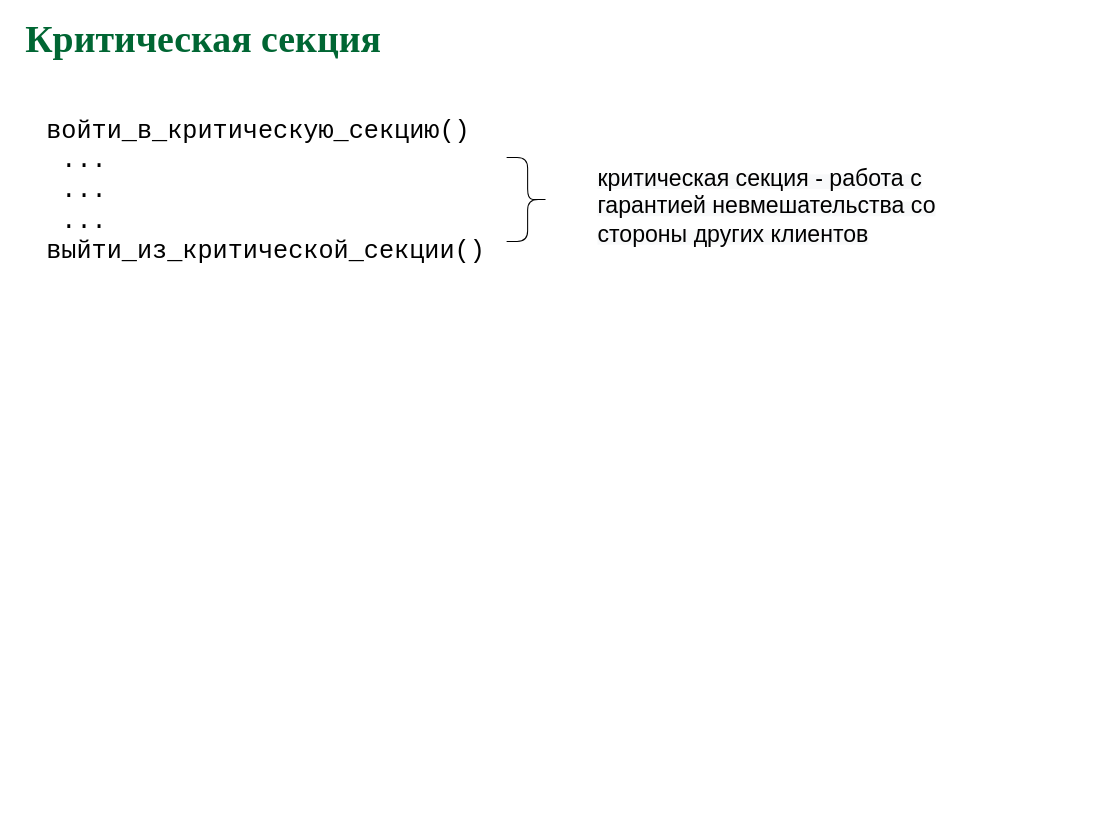
This is page "CritSec" (1 of 19) of slides/sync.drawio from 77maxikov/os_course, a draw.io file, before an edit. Source tidied: cells renumbered, new cells numbered last; positions are measured from the earlier drawing's top-left corner, leaving out a move shared by most shapes. Both pictures are drawn from the tidied source at 105%, with x=0, y=0 at pixel (23, 29).
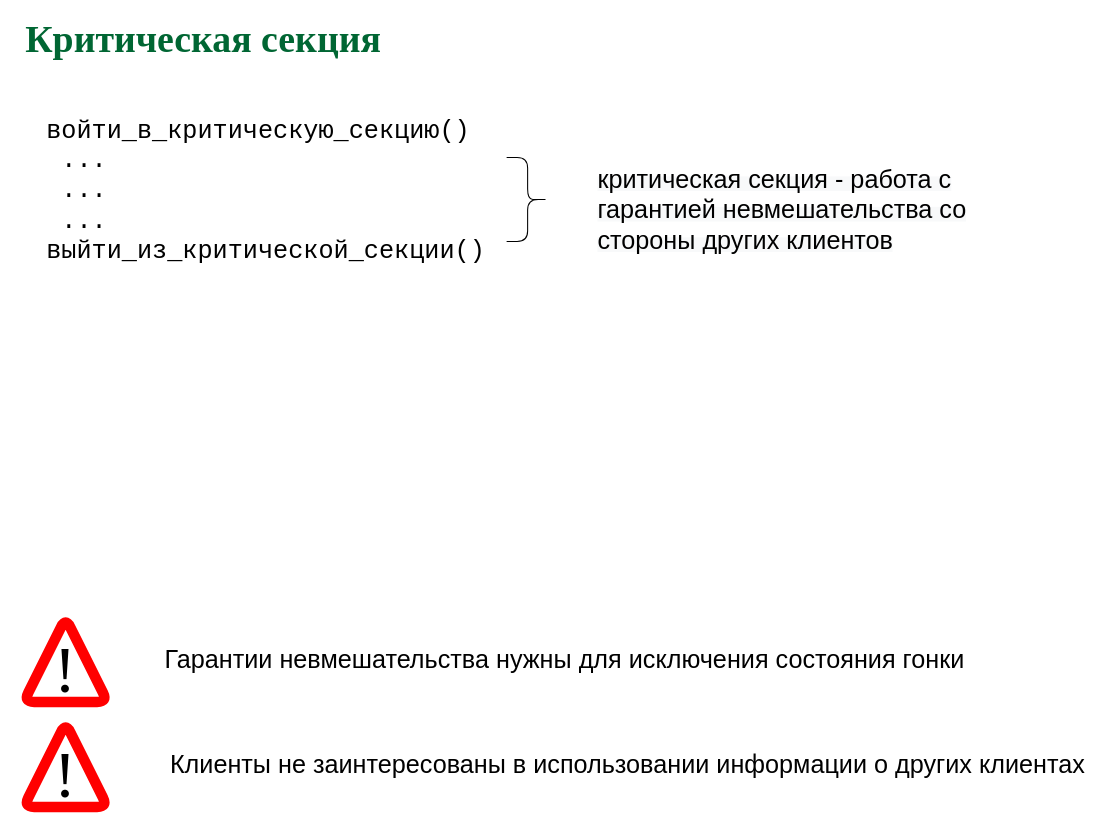
The same page after the edit.

Diff of the diagram source:
```diff
@@
 <mxGraphModel>
   <root>
     <mxCell id="0" />
     <mxCell id="1" parent="0" />
     <mxCell id="2" value="&lt;font face=&quot;Courier New&quot; style=&quot;font-size: 24px&quot;&gt;войти_в_критическую_секцию()&lt;br&gt;&lt;div&gt;&amp;nbsp;...&lt;/div&gt;&lt;div&gt;&amp;nbsp;...&lt;/div&gt;&lt;div&gt;&amp;nbsp;...&lt;/div&gt;&lt;div&gt;&lt;span&gt;выйти_из_критической_секции()&lt;/span&gt;&lt;/div&gt;&lt;/font&gt;" style="text;html=1;align=left;verticalAlign=middle;" parent="1" vertex="1">
       <mxGeometry x="20" y="114" width="430" height="80" as="geometry" />
     </mxCell>
     <mxCell id="3" style="shape=curlyBracket;whiteSpace=wrap;html=1;rounded=1;size=0.5;direction=west;" parent="1" vertex="1">
       <mxGeometry x="460" y="121.5" width="40" height="80" as="geometry" />
     </mxCell>
-    <mxCell id="4" value="&lt;span style=&quot;color: rgb(0 , 0 , 0) ; font-style: normal ; font-weight: 400 ; letter-spacing: normal ; text-align: left ; text-indent: 0px ; text-transform: none ; word-spacing: 0px ; background-color: rgb(248 , 249 , 250) ; display: inline ; float: none&quot;&gt;&lt;font style=&quot;font-size: 22px&quot;&gt;критическая секция - работа с гарантией невмешательства со стороны других клиентов&lt;/font&gt;&lt;/span&gt;" style="text;whiteSpace=wrap;html=1;" parent="1" vertex="1">
+    <mxCell id="4" value="&lt;span style=&quot;color: rgb(0 , 0 , 0) ; font-style: normal ; font-weight: 400 ; letter-spacing: normal ; text-align: left ; text-indent: 0px ; text-transform: none ; word-spacing: 0px ; background-color: rgb(248 , 249 , 250) ; display: inline ; float: none&quot;&gt;&lt;font style=&quot;font-size: 24px;&quot;&gt;критическая секция - работа с гарантией невмешательства со стороны других клиентов&lt;/font&gt;&lt;/span&gt;" style="text;whiteSpace=wrap;html=1;" parent="1" vertex="1">
       <mxGeometry x="545" y="121.5" width="380" height="65" as="geometry" />
     </mxCell>
     <mxCell id="5" value="&lt;font face=&quot;Garamond&quot; color=&quot;#006633&quot; size=&quot;1&quot;&gt;&lt;b style=&quot;font-size: 36px&quot;&gt;Критическая секция&lt;/b&gt;&lt;/font&gt;" style="text;html=1;align=left;verticalAlign=middle;whiteSpace=wrap;rounded=0;" parent="1" vertex="1">
       <mxGeometry width="920" height="20" as="geometry" />
     </mxCell>
+    <mxCell id="6" style="group;" parent="1" vertex="1">
+      <mxGeometry y="560" width="80" height="80" as="geometry" />
+    </mxCell>
+    <mxCell id="7" style="endArrow=none;html=1;strokeWidth=10;strokeColor=#FF0000;jumpStyle=arc;" parent="6" edge="1">
+      <mxGeometry relative="1" as="geometry">
+        <mxPoint x="40" y="80" as="sourcePoint" />
+        <mxPoint x="40" y="80" as="targetPoint" />
+        <Array as="points">
+          <mxPoint y="80" />
+          <mxPoint x="40" />
+          <mxPoint x="80" y="80" />
+        </Array>
+      </mxGeometry>
+    </mxCell>
+    <mxCell id="8" value="&lt;font style=&quot;font-size: 63px&quot;&gt;!&lt;/font&gt;" style="text;html=1;strokeColor=none;fillColor=none;align=center;verticalAlign=middle;whiteSpace=wrap;rounded=0;fontFamily=Times New Roman;" parent="6" vertex="1">
+      <mxGeometry x="20" y="40" width="40" height="20" as="geometry" />
+    </mxCell>
+    <mxCell id="9" value="Гарантии невмешательства нужны для исключения состояния гонки" style="text;html=1;align=center;verticalAlign=middle;strokeColor=none;fillColor=none;fontSize=24;" parent="1" vertex="1">
+      <mxGeometry x="120" y="580" width="790" height="40" as="geometry" />
+    </mxCell>
+    <mxCell id="10" style="group;" parent="1" vertex="1">
+      <mxGeometry y="660" width="80" height="80" as="geometry" />
+    </mxCell>
+    <mxCell id="11" style="endArrow=none;html=1;strokeWidth=10;strokeColor=#FF0000;jumpStyle=arc;" parent="10" edge="1">
+      <mxGeometry relative="1" as="geometry">
+        <mxPoint x="40" y="80" as="sourcePoint" />
+        <mxPoint x="40" y="80" as="targetPoint" />
+        <Array as="points">
+          <mxPoint y="80" />
+          <mxPoint x="40" />
+          <mxPoint x="80" y="80" />
+        </Array>
+      </mxGeometry>
+    </mxCell>
+    <mxCell id="12" value="&lt;font style=&quot;font-size: 63px&quot;&gt;!&lt;/font&gt;" style="text;html=1;strokeColor=none;fillColor=none;align=center;verticalAlign=middle;whiteSpace=wrap;rounded=0;fontFamily=Times New Roman;" parent="10" vertex="1">
+      <mxGeometry x="20" y="40" width="40" height="20" as="geometry" />
+    </mxCell>
+    <mxCell id="13" value="Клиенты не заинтересованы в использовании информации о других клиентах" style="text;html=1;align=center;verticalAlign=middle;strokeColor=none;fillColor=none;fontSize=24;" parent="1" vertex="1">
+      <mxGeometry x="130" y="680" width="890" height="40" as="geometry" />
+    </mxCell>
   </root>
 </mxGraphModel>
```
